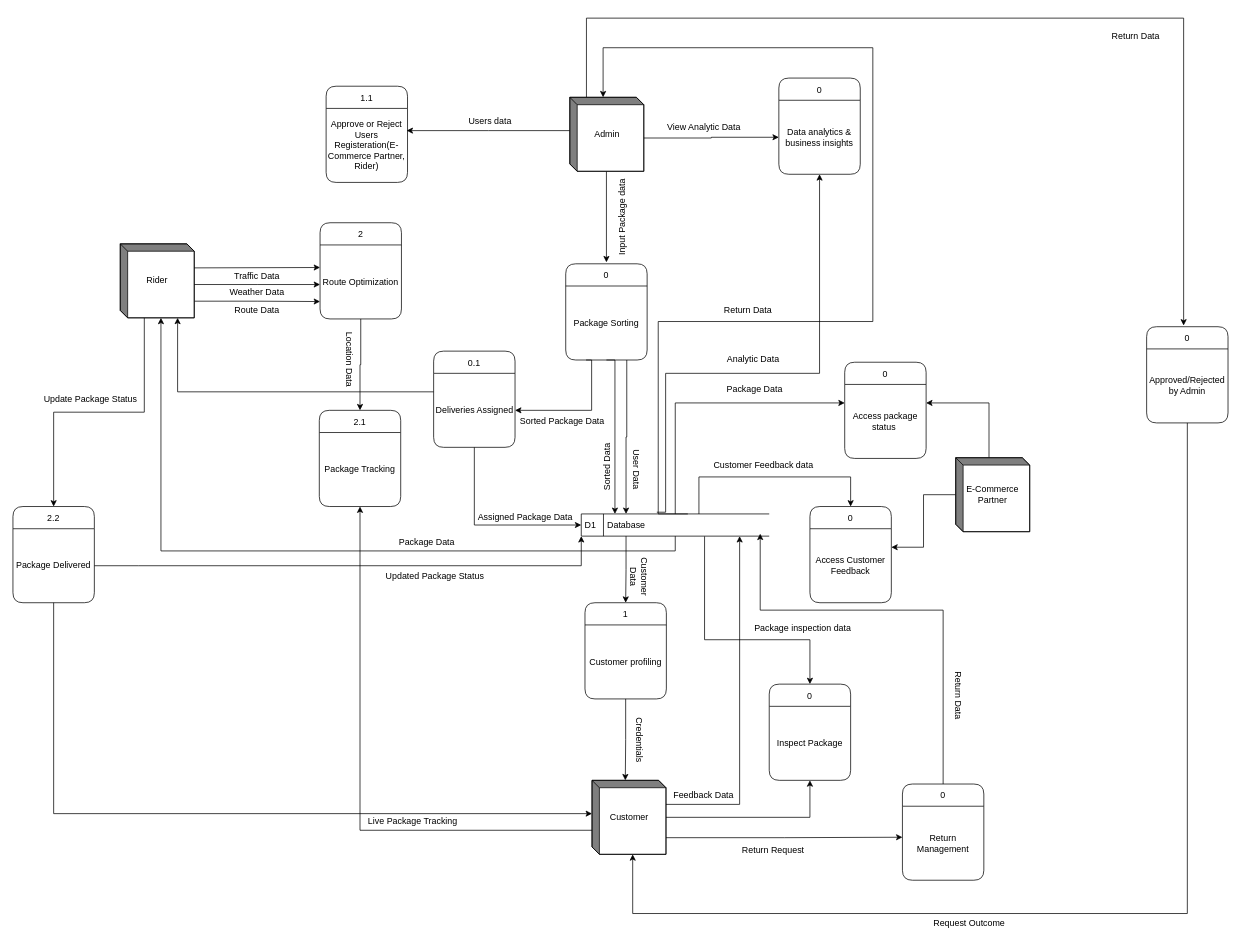
This is page "Page-18" (18 of 26) of Activity Diagram UC-1.drawio from IamSaqibJaved/Diagrams, a draw.io file, before an edit. Source tidied: cells renumbered, new cells numbered last; positions are measured from the earlier drawing's top-left corner, leaving out a move shared by most shapes. Both pictures are drawn from the tidied source at 74%, with x=0, y=0 at pixel (13, 18).
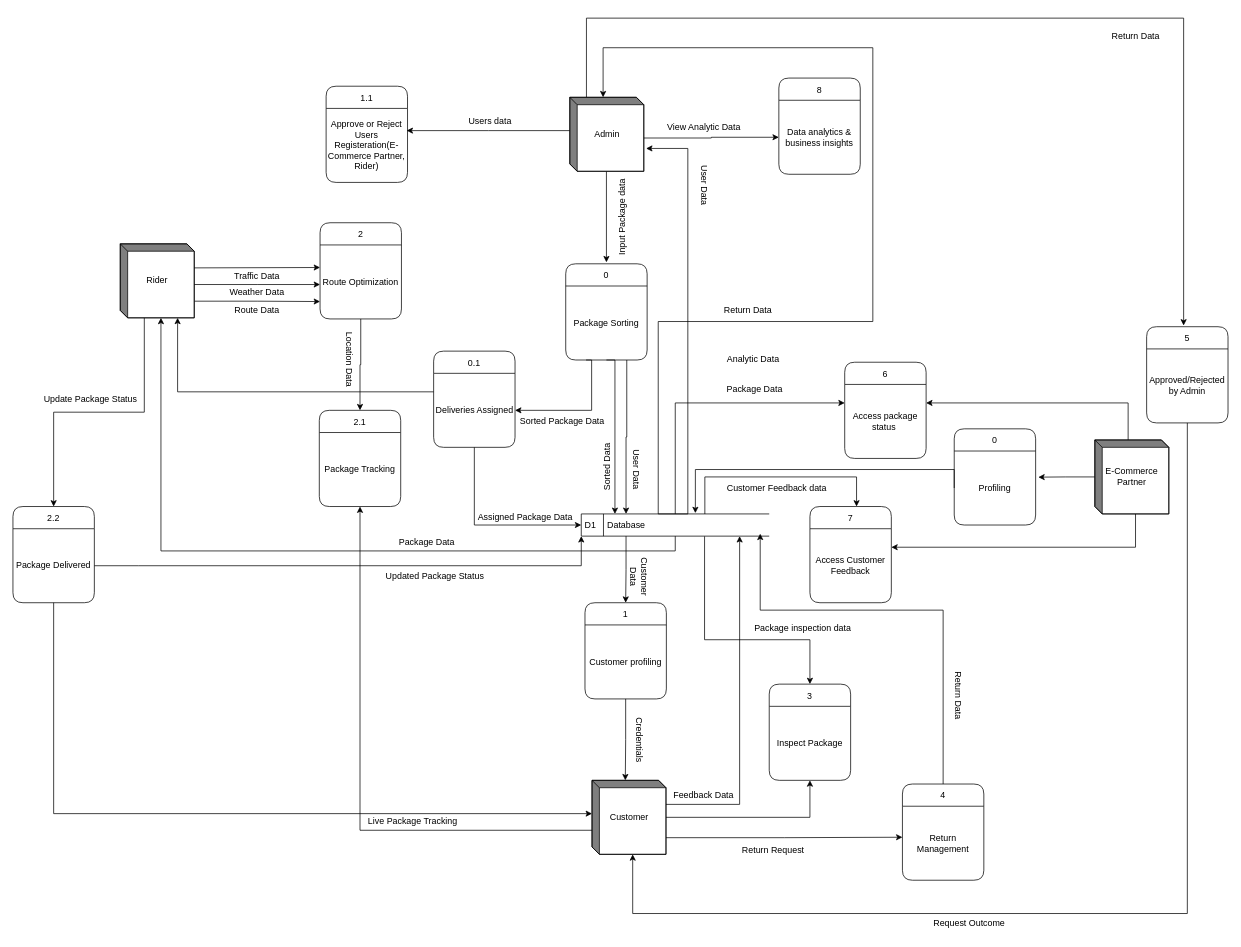
The same diagram, later.

Unchanged cells that the change refers to:
```xml
<mxCell id="8" value="Rider" style="html=1;dashed=0;whiteSpace=wrap;shape=mxgraph.dfd.externalEntity;" parent="1" vertex="1">
  <mxGeometry x="145" y="305" width="100" height="100" as="geometry" />
</mxCell>
<mxCell id="15" value="Admin" style="html=1;dashed=0;whiteSpace=wrap;shape=mxgraph.dfd.externalEntity;" parent="1" vertex="1">
  <mxGeometry x="752.5" y="107" width="100" height="100" as="geometry" />
</mxCell>
<mxCell id="34" value="D1" style="html=1;dashed=0;whiteSpace=wrap;shape=mxgraph.dfd.dataStoreID;align=left;spacingLeft=3;points=[[0,0],[0.5,0],[1,0],[0,0.5],[1,0.5],[0,1],[0.5,1],[1,1]];" parent="1" vertex="1">
  <mxGeometry x="768" y="670" width="254" height="30" as="geometry" />
</mxCell>
<mxCell id="67" value="Access Customer Feedback" style="text;html=1;align=center;verticalAlign=middle;whiteSpace=wrap;rounded=0;" parent="66" vertex="1">
  <mxGeometry y="30" width="110" height="100" as="geometry" />
</mxCell>
<mxCell id="74" value="Data analytics &amp;amp; business insights" style="text;html=1;align=center;verticalAlign=middle;whiteSpace=wrap;rounded=0;" parent="73" vertex="1">
  <mxGeometry y="30" width="110" height="100" as="geometry" />
</mxCell>
```

What changed in the source:
```diff
@@
-    <mxCell id="10" style="edgeStyle=orthogonalEdgeStyle;rounded=0;jettySize=auto;html=1;entryX=1;entryY=0.25;entryDx=0;entryDy=0;" parent="1" edge="1" source="11" target="67">
+    <mxCell id="10" style="edgeStyle=orthogonalEdgeStyle;rounded=0;jettySize=auto;html=1;entryX=1;entryY=0.25;entryDx=0;entryDy=0;exitX=0;exitY=0;exitDx=55;exitDy=100;exitPerimeter=0;" parent="1" edge="1" source="11" target="67">
       <mxGeometry relative="1" as="geometry" />
     </mxCell>
     <mxCell id="11" value="E-Commerce Partner" style="html=1;dashed=0;whiteSpace=wrap;shape=mxgraph.dfd.externalEntity;" parent="1" vertex="1">
-      <mxGeometry x="1274" y="594" width="100" height="100" as="geometry" />
+      <mxGeometry x="1462" y="570" width="100" height="100" as="geometry" />
     </mxCell>
@@
-    <mxCell id="32" style="edgeStyle=orthogonalEdgeStyle;rounded=0;jettySize=auto;html=1;exitX=0.626;exitY=0.025;exitDx=0;exitDy=0;entryX=0.5;entryY=0;entryDx=0;entryDy=0;exitPerimeter=0;" parent="1" edge="1" source="34" target="66">
+    <mxCell id="32" style="edgeStyle=orthogonalEdgeStyle;rounded=0;orthogonalLoop=1;jettySize=auto;html=1;exitX=0.626;exitY=0.025;exitDx=0;exitDy=0;entryX=0.5;entryY=0;entryDx=0;entryDy=0;exitPerimeter=0;" parent="1" edge="1">
       <mxGeometry relative="1" as="geometry">
+        <mxPoint x="935" y="670.8" as="sourcePoint" />
+        <mxPoint x="1140" y="660" as="targetPoint" />
         <Array as="points">
-          <mxPoint x="927" y="620" />
-          <mxPoint x="1132" y="620" />
+          <mxPoint x="935" y="620" />
+          <mxPoint x="1140" y="620" />
         </Array>
       </mxGeometry>
     </mxCell>
@@
     <mxCell id="49" style="edgeStyle=orthogonalEdgeStyle;rounded=0;jettySize=auto;html=1;exitX=0.5;exitY=1;exitDx=0;exitDy=0;entryX=0;entryY=0;entryDx=55;entryDy=100;entryPerimeter=0;" parent="1" edge="1" source="34" target="8">
-      <mxGeometry relative="1" as="geometry" />
+      <mxGeometry relative="1" as="geometry">
+        <Array as="points">
+          <mxPoint x="895" y="720" />
+          <mxPoint x="200" y="720" />
+        </Array>
+      </mxGeometry>
     </mxCell>
@@
-    <mxCell id="60" value="0" style="swimlane;fontStyle=0;horizontal=1;startSize=30;fillColor=#ffffff;swimlaneFillColor=#ffffff;rounded=1;" parent="1" vertex="1">
+    <mxCell id="60" value="6" style="swimlane;fontStyle=0;horizontal=1;startSize=30;fillColor=#ffffff;swimlaneFillColor=#ffffff;rounded=1;" parent="1" vertex="1">
       <mxGeometry x="1124" y="465" width="110" height="130" as="geometry" />
     </mxCell>
@@
     <mxCell id="65" value="Customer Feedback data" style="text;html=1;align=center;verticalAlign=middle;strokeColor=none;fillColor=none;" parent="1" vertex="1">
-      <mxGeometry x="934" y="590" width="160" height="30" as="geometry" />
+      <mxGeometry x="952" y="620" width="160" height="30" as="geometry" />
     </mxCell>
-    <mxCell id="66" value="0" style="swimlane;fontStyle=0;horizontal=1;startSize=30;fillColor=#ffffff;swimlaneFillColor=#ffffff;rounded=1;" parent="1" vertex="1">
+    <mxCell id="66" value="7" style="swimlane;fontStyle=0;horizontal=1;startSize=30;fillColor=#ffffff;swimlaneFillColor=#ffffff;rounded=1;" parent="1" vertex="1">
       <mxGeometry x="1077" y="660" width="110" height="130" as="geometry" />
     </mxCell>
@@
-    <mxCell id="68" value="0" style="swimlane;fontStyle=0;horizontal=1;startSize=30;fillColor=#ffffff;swimlaneFillColor=#ffffff;rounded=1;" parent="1" vertex="1">
+    <mxCell id="68" value="3" style="swimlane;fontStyle=0;horizontal=1;startSize=30;fillColor=#ffffff;swimlaneFillColor=#ffffff;rounded=1;" parent="1" vertex="1">
       <mxGeometry x="1022" y="900" width="110" height="130" as="geometry" />
     </mxCell>
@@
-    <mxCell id="73" value="0" style="swimlane;fontStyle=0;horizontal=1;startSize=30;fillColor=#ffffff;swimlaneFillColor=#ffffff;rounded=1;" parent="1" vertex="1">
+    <mxCell id="73" value="8" style="swimlane;fontStyle=0;horizontal=1;startSize=30;fillColor=#ffffff;swimlaneFillColor=#ffffff;rounded=1;" parent="1" vertex="1">
       <mxGeometry x="1035" y="81" width="110" height="130" as="geometry" />
     </mxCell>
@@
-    <mxCell id="75" style="edgeStyle=orthogonalEdgeStyle;rounded=0;jettySize=auto;html=1;exitX=0.402;exitY=-0.078;exitDx=0;exitDy=0;exitPerimeter=0;" parent="1" edge="1" source="34" target="74">
+    <mxCell id="75" style="edgeStyle=orthogonalEdgeStyle;rounded=0;jettySize=auto;html=1;" parent="1" edge="1" target="74">
       <mxGeometry relative="1" as="geometry">
         <Array as="points">
           <mxPoint x="882" y="668" />
           <mxPoint x="882" y="480" />
           <mxPoint x="1090" y="480" />
         </Array>
       </mxGeometry>
     </mxCell>
@@
-    <mxCell id="77" value="0" style="swimlane;fontStyle=0;horizontal=1;startSize=30;fillColor=#ffffff;swimlaneFillColor=#ffffff;rounded=1;" parent="1" vertex="1">
+    <mxCell id="77" value="4" style="swimlane;fontStyle=0;horizontal=1;startSize=30;fillColor=#ffffff;swimlaneFillColor=#ffffff;rounded=1;" parent="1" vertex="1">
       <mxGeometry x="1202" y="1035" width="110" height="130" as="geometry" />
     </mxCell>
@@
-    <mxCell id="83" value="0" style="swimlane;fontStyle=0;horizontal=1;startSize=30;fillColor=#ffffff;swimlaneFillColor=#ffffff;rounded=1;" parent="1" vertex="1">
+    <mxCell id="83" value="5" style="swimlane;fontStyle=0;horizontal=1;startSize=30;fillColor=#ffffff;swimlaneFillColor=#ffffff;rounded=1;" parent="1" vertex="1">
       <mxGeometry x="1532" y="417" width="110" height="130" as="geometry" />
     </mxCell>
@@
+    <mxCell id="93" style="edgeStyle=orthogonalEdgeStyle;rounded=0;jettySize=auto;html=1;entryX=1.031;entryY=0.691;entryDx=0;entryDy=0;entryPerimeter=0;" parent="1" edge="1" source="34" target="15">
+      <mxGeometry relative="1" as="geometry">
+        <Array as="points">
+          <mxPoint x="912" y="176" />
+        </Array>
+      </mxGeometry>
+    </mxCell>
+    <mxCell id="94" value="User Data" style="text;html=1;align=center;verticalAlign=middle;whiteSpace=wrap;rounded=0;rotation=90;" parent="1" vertex="1">
+      <mxGeometry x="904" y="211" width="60" height="30" as="geometry" />
+    </mxCell>
+    <mxCell id="95" value="0" style="swimlane;fontStyle=0;horizontal=1;startSize=30;fillColor=#ffffff;swimlaneFillColor=#ffffff;rounded=1;" parent="1" vertex="1">
+      <mxGeometry x="1272" y="555" width="110" height="130" as="geometry" />
+    </mxCell>
+    <mxCell id="96" value="Profiling" style="text;html=1;align=center;verticalAlign=middle;whiteSpace=wrap;rounded=0;" parent="95" vertex="1">
+      <mxGeometry y="30" width="110" height="100" as="geometry" />
+    </mxCell>
+    <mxCell id="97" style="edgeStyle=orthogonalEdgeStyle;rounded=0;jettySize=auto;html=1;entryX=1.033;entryY=0.353;entryDx=0;entryDy=0;entryPerimeter=0;" parent="1" edge="1" source="11" target="96">
+      <mxGeometry relative="1" as="geometry" />
+    </mxCell>
+    <mxCell id="98" style="edgeStyle=orthogonalEdgeStyle;rounded=0;jettySize=auto;html=1;exitX=0;exitY=0.5;exitDx=0;exitDy=0;entryX=0.607;entryY=-0.037;entryDx=0;entryDy=0;entryPerimeter=0;" parent="1" edge="1" source="96" target="34">
+      <mxGeometry relative="1" as="geometry">
+        <Array as="points">
+          <mxPoint x="1272" y="610" />
+          <mxPoint x="922" y="610" />
+        </Array>
+      </mxGeometry>
+    </mxCell>
```
